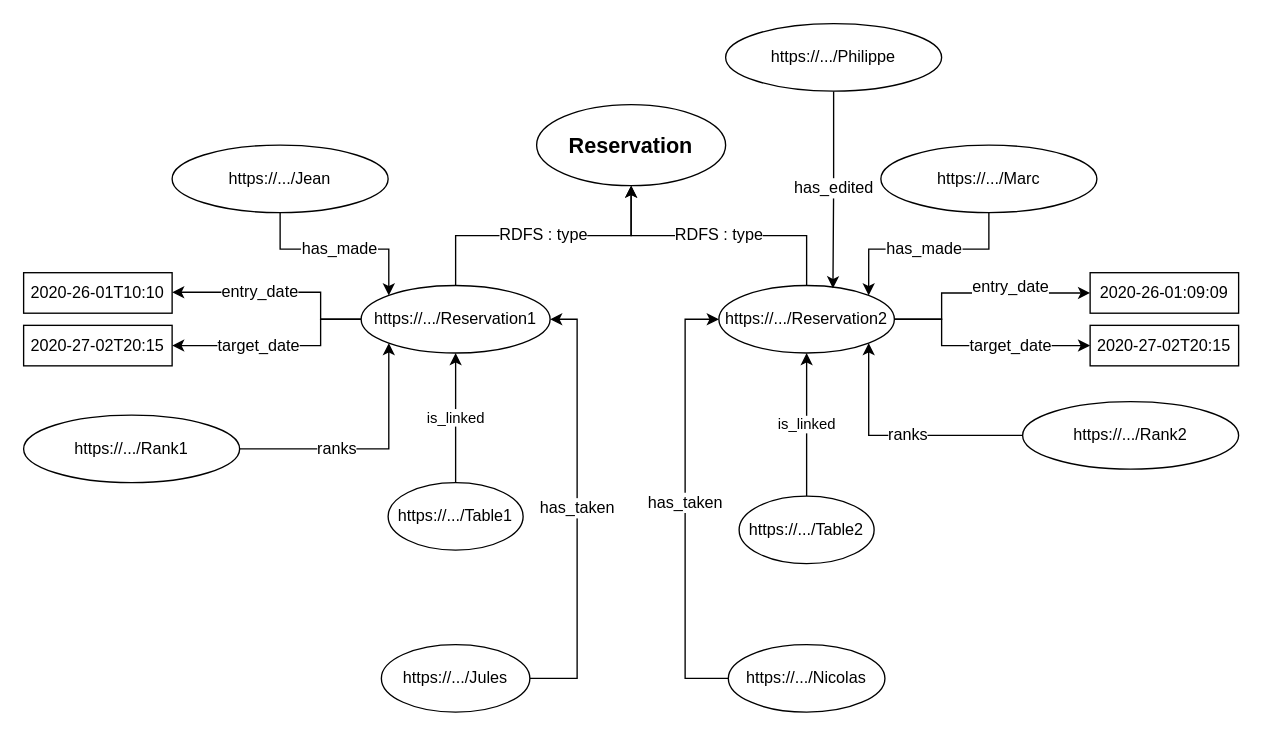
Above: schema/instanceReservation.dio in CH-KevinDubois/MAS-RAD-4-WEB-Mini-Projet (draw.io), before the change. Source tidied: cells renumbered, new cells numbered last; positions are measured from the earlier drawing's top-left corner, leaving out a move shared by most shapes. Both pictures are drawn from the tidied source at 135%, with x=0, y=0 at pixel (23, 23).
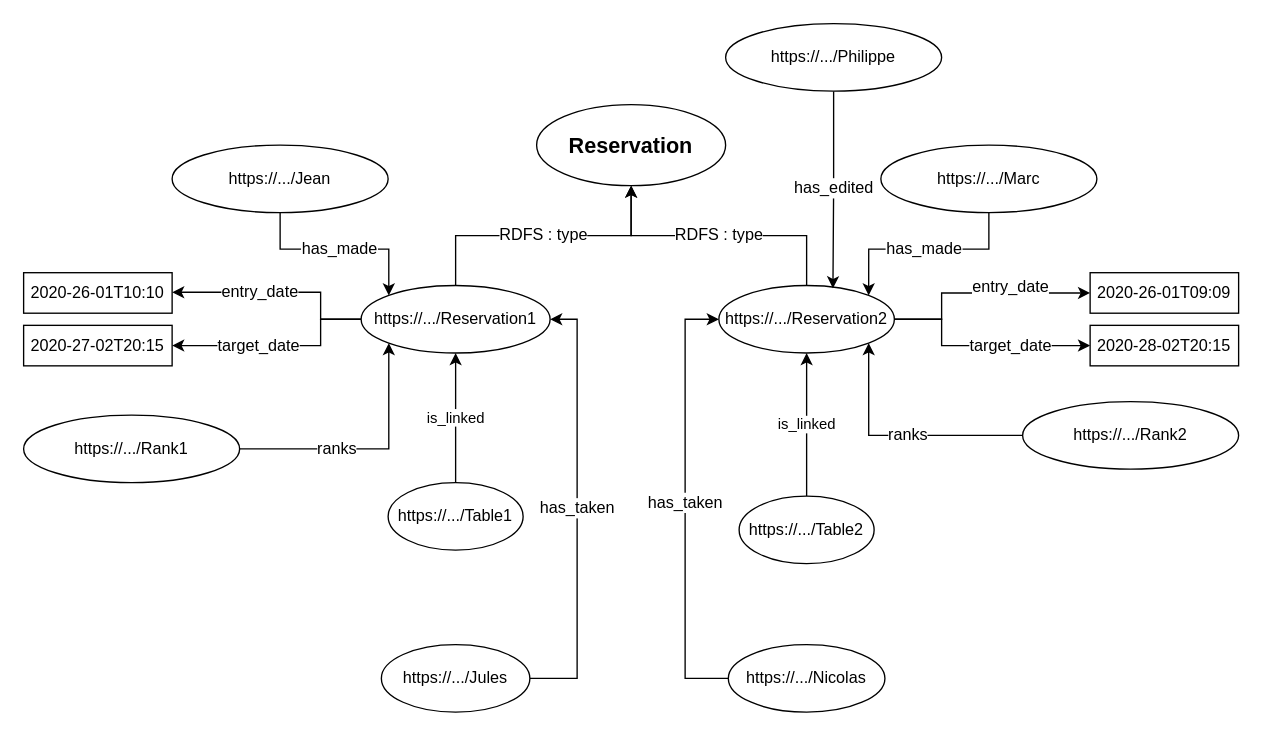
Above is the later version.

Commit message:
Corrections schéma Reservation

Diff of the diagram source:
```diff
@@
-    <mxCell id="17" value="2020-26-01:09:09" style="rounded=0;whiteSpace=wrap;html=1;" parent="1" vertex="1">
+    <mxCell id="17" value="2020-26-01T09:09" style="rounded=0;whiteSpace=wrap;html=1;" parent="1" vertex="1">
       <mxGeometry x="790" y="184.5" width="110" height="30" as="geometry" />
     </mxCell>
-    <mxCell id="18" value="2020-27-02T20:15" style="rounded=0;whiteSpace=wrap;html=1;" parent="1" vertex="1">
+    <mxCell id="18" value="2020-28-02T20:15" style="rounded=0;whiteSpace=wrap;html=1;" parent="1" vertex="1">
       <mxGeometry x="790" y="223.5" width="110" height="30" as="geometry" />
     </mxCell>
```
